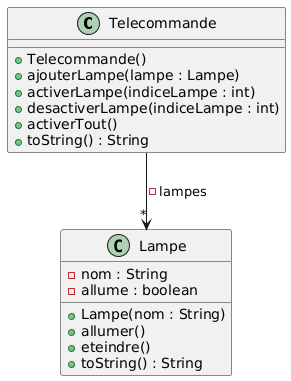
Before: UML.png, a diagram exported from PlantUML (Alcido/COO_TD6).
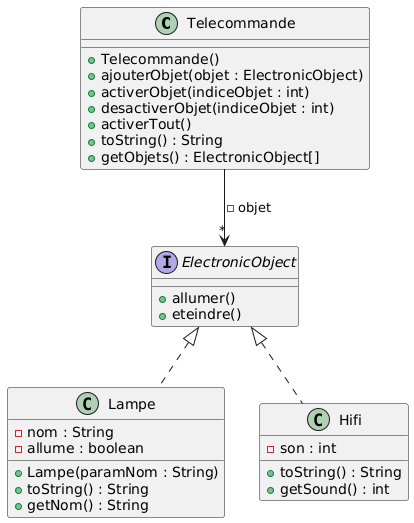
Above is the later version.

Commit message:
[Modify] modification de UML.txt/.png, modification mineures sur Telecommande.java (nom de paramêtres...)

What changed in the source:
```diff
@@ -1,20 +1,34 @@
 @startuml
 class Telecommande {
 + Telecommande()
-+ ajouterLampe(lampe : Lampe)
-+ activerLampe(indiceLampe : int)
-+ desactiverLampe(indiceLampe : int)
++ ajouterObjet(objet : ElectronicObject)
++ activerObjet(indiceObjet : int)
++ desactiverObjet(indiceObjet : int)
 + activerTout()
 + toString() : String
++ getObjets() : ElectronicObject[]
 }
+
+interface ElectronicObject {
++ allumer()
++ eteindre()
+}
+
 class Lampe {
 - nom : String
 - allume : boolean
-+ Lampe(nom : String)
-+ allumer()
-+ eteindre()
++ Lampe(paramNom : String)
 + toString() : String
++ getNom() : String
 }
 
-Telecommande --> "*" Lampe : -lampes
+class Hifi {
+- son : int
++ toString() : String
++ getSound() : int
+}
+
+Telecommande --> "*" ElectronicObject : -objet
+ElectronicObject <|.. Lampe
+ElectronicObject <|.. Hifi
 @enduml
```
